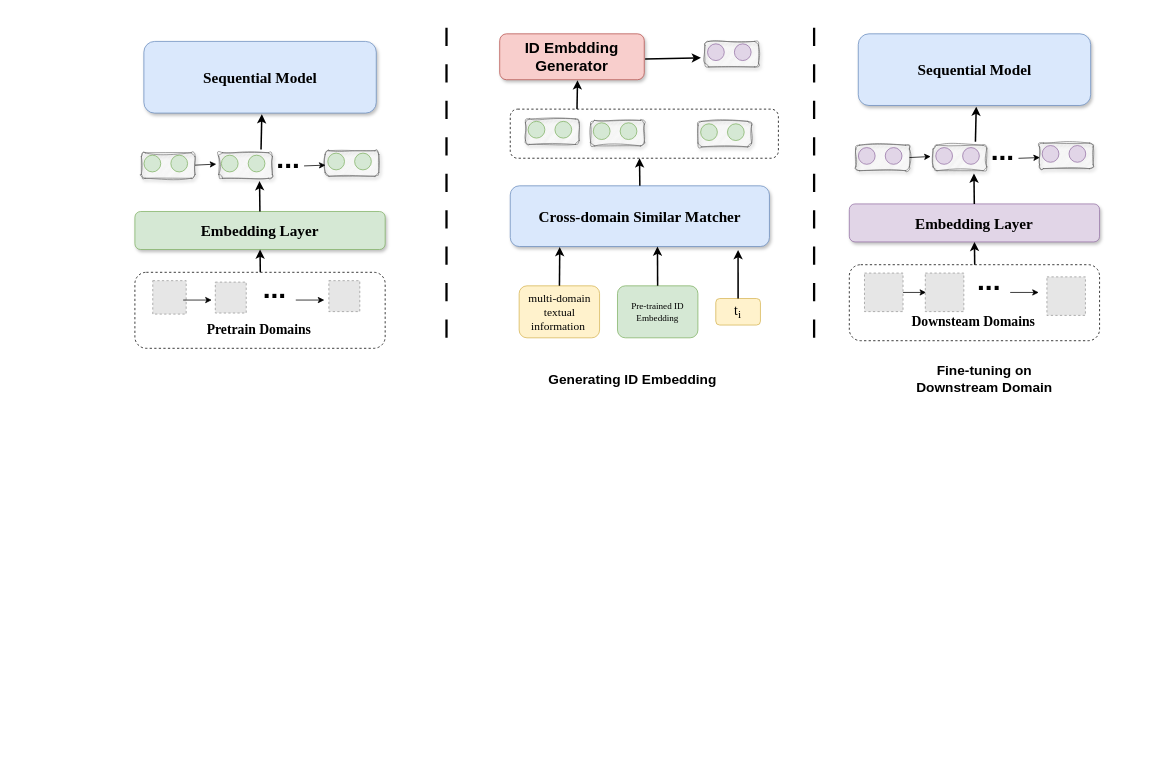
Earlier version of the draw.io diagram 未.drawio (BAWWH/baoyan-blog). Source tidied: cells renumbered, new cells numbered last; positions are measured from the earlier drawing's top-left corner, leaving out a move shared by most shapes. Both pictures are drawn from the tidied source at 76%, with x=0, y=0 at pixel (135, 14). Pictures stored in the file or linked from it are replaced by grey dashed boxes.
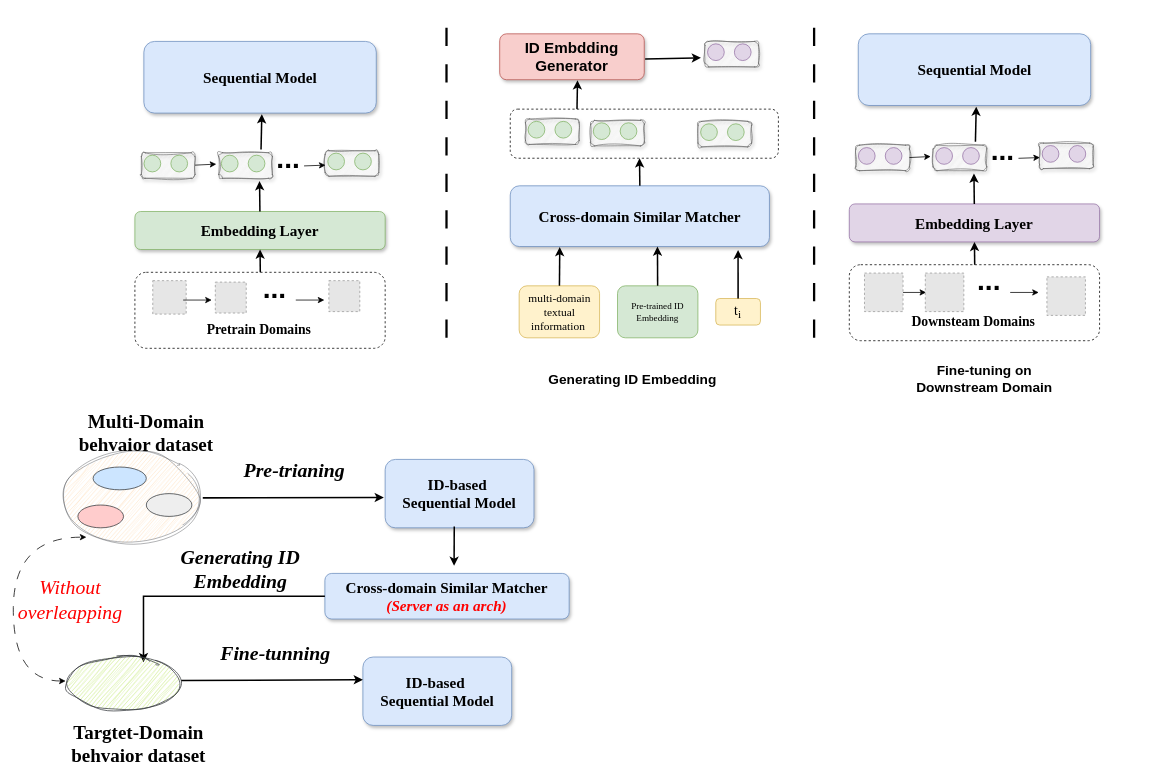
The same diagram, later.

What changed in the source:
```diff
@@
+    <mxCell id="98" value="&lt;font face=&quot;Times New Roman&quot; style=&quot;font-size: 26px;&quot;&gt;&lt;b&gt;&lt;i&gt;Pre-trianing&lt;/i&gt;&lt;/b&gt;&lt;/font&gt;" style="text;strokeColor=none;align=center;fillColor=none;html=1;verticalAlign=middle;whiteSpace=wrap;rounded=0;" parent="1" vertex="1">
+      <mxGeometry x="85" y="586" width="250" height="30" as="geometry" />
+    </mxCell>
+    <mxCell id="99" style="group;" parent="1" vertex="1">
+      <mxGeometry x="-95" y="576" width="180" height="120" as="geometry" />
+    </mxCell>
+    <mxCell id="100" style="ellipse;whiteSpace=wrap;html=1;shadow=0;sketch=1;curveFitting=1;jiggle=2;fillColor=#ffcc99;strokeColor=#36393d;opacity=50;" parent="99" vertex="1">
+      <mxGeometry width="180" height="120" as="geometry" />
+    </mxCell>
+    <mxCell id="101" style="ellipse;whiteSpace=wrap;html=1;fillColor=#cce5ff;strokeColor=#36393d;" parent="99" vertex="1">
+      <mxGeometry x="40" y="20" width="70" height="30" as="geometry" />
+    </mxCell>
+    <mxCell id="102" style="ellipse;whiteSpace=wrap;html=1;fillColor=#ffcccc;strokeColor=#36393d;" parent="99" vertex="1">
+      <mxGeometry x="20" y="70" width="60" height="30" as="geometry" />
+    </mxCell>
+    <mxCell id="103" style="ellipse;whiteSpace=wrap;html=1;fillColor=#eeeeee;strokeColor=#36393d;" parent="99" vertex="1">
+      <mxGeometry x="110" y="55" width="60" height="30" as="geometry" />
+    </mxCell>
+    <mxCell id="104" value="&lt;font face=&quot;Times New Roman&quot; style=&quot;font-size: 20px;&quot;&gt;&lt;b&gt;ID-based&amp;nbsp;&lt;br&gt;Sequential Model&lt;br&gt;&lt;/b&gt;&lt;/font&gt;" style="rounded=1;whiteSpace=wrap;html=1;fillColor=#dae8fc;strokeColor=#6c8ebf;shadow=1;rotation=0;" parent="1" vertex="1">
+      <mxGeometry x="329.3" y="586" width="195.8" height="90" as="geometry" />
+    </mxCell>
+    <mxCell id="105" style="endArrow=classic;html=1;rounded=0;exitX=1.024;exitY=0.505;exitDx=0;exitDy=0;exitPerimeter=0;strokeWidth=2;entryX=-0.009;entryY=0.556;entryDx=0;entryDy=0;entryPerimeter=0;" parent="1" edge="1" source="100" target="104">
+      <mxGeometry relative="1" as="geometry" />
+    </mxCell>
+    <mxCell id="106" value="&lt;font face=&quot;Times New Roman&quot; style=&quot;font-size: 25px;&quot;&gt;&lt;b&gt;Multi-Domain behvaior dataset&lt;/b&gt;&lt;/font&gt;" style="text;strokeColor=none;align=center;fillColor=none;html=1;verticalAlign=middle;whiteSpace=wrap;rounded=0;" parent="1" vertex="1">
+      <mxGeometry x="-110" y="536" width="250" height="30" as="geometry" />
+    </mxCell>
+    <mxCell id="107" value="&lt;font face=&quot;Times New Roman&quot; style=&quot;&quot;&gt;&lt;b style=&quot;font-size: 20px;&quot;&gt;Cross-domain Similar Matcher &lt;/b&gt;&lt;i&gt;&lt;b&gt;&lt;font color=&quot;#ff0000&quot;&gt;&lt;span style=&quot;font-size: 20px;&quot;&gt;(Server as an arch&lt;/span&gt;&lt;span style=&quot;font-size: 20px;&quot;&gt;)&lt;/span&gt;&lt;/font&gt;&lt;/b&gt;&lt;/i&gt;&lt;/font&gt;" style="rounded=1;whiteSpace=wrap;html=1;fillColor=#dae8fc;strokeColor=#6c8ebf;shadow=1;" parent="1" vertex="1">
+      <mxGeometry x="250" y="736" width="321.4" height="60" as="geometry" />
+    </mxCell>
+    <mxCell id="108" style="endArrow=classic;html=1;rounded=0;entryX=0.568;entryY=1;entryDx=0;entryDy=0;entryPerimeter=0;strokeWidth=2;" parent="1" edge="1">
+      <mxGeometry relative="1" as="geometry">
+        <mxPoint x="420.2" y="674.4" as="sourcePoint" />
+        <mxPoint x="420" y="726" as="targetPoint" />
+      </mxGeometry>
+    </mxCell>
+    <mxCell id="109" value="&lt;font face=&quot;Times New Roman&quot; style=&quot;font-size: 20px;&quot;&gt;&lt;b&gt;ID-based&amp;nbsp;&lt;br&gt;Sequential Model&lt;br&gt;&lt;/b&gt;&lt;/font&gt;" style="rounded=1;whiteSpace=wrap;html=1;fillColor=#dae8fc;strokeColor=#6c8ebf;shadow=1;rotation=0;" parent="1" vertex="1">
+      <mxGeometry x="300" y="846" width="195.8" height="90" as="geometry" />
+    </mxCell>
+    <mxCell id="110" style="endArrow=classic;html=1;rounded=0;strokeWidth=2;exitX=0;exitY=0.5;exitDx=0;exitDy=0;edgeStyle=orthogonalEdgeStyle;entryX=0.674;entryY=0.097;entryDx=0;entryDy=0;entryPerimeter=0;" parent="1" edge="1" source="107" target="112">
+      <mxGeometry relative="1" as="geometry" />
+    </mxCell>
+    <mxCell id="111" style="group;" parent="1" vertex="1">
+      <mxGeometry x="-80" y="856" width="190.2" height="139" as="geometry" />
+    </mxCell>
+    <mxCell id="112" style="ellipse;whiteSpace=wrap;html=1;shadow=0;sketch=1;curveFitting=1;jiggle=2;fillColor=#cdeb8b;strokeColor=#36393d;" parent="111" vertex="1">
+      <mxGeometry x="-9.8" y="-10" width="150" height="70" as="geometry" />
+    </mxCell>
+    <mxCell id="113" value="&lt;font face=&quot;Times New Roman&quot; style=&quot;font-size: 25px;&quot;&gt;&lt;b&gt;Targtet-Domain behvaior dataset&lt;/b&gt;&lt;/font&gt;" style="text;strokeColor=none;align=center;fillColor=none;html=1;verticalAlign=middle;whiteSpace=wrap;rounded=0;" parent="111" vertex="1">
+      <mxGeometry x="-40" y="90" width="250" height="30" as="geometry" />
+    </mxCell>
+    <mxCell id="114" style="endArrow=classic;html=1;rounded=0;exitX=1.024;exitY=0.505;exitDx=0;exitDy=0;exitPerimeter=0;strokeWidth=2;entryX=-0.009;entryY=0.556;entryDx=0;entryDy=0;entryPerimeter=0;" parent="1" edge="1">
+      <mxGeometry relative="1" as="geometry">
+        <mxPoint x="61" y="877" as="sourcePoint" />
+        <mxPoint x="300" y="876" as="targetPoint" />
+      </mxGeometry>
+    </mxCell>
+    <mxCell id="115" value="&lt;font face=&quot;Times New Roman&quot; style=&quot;font-size: 26px;&quot;&gt;&lt;b&gt;&lt;i&gt;Generating ID Embedding&lt;/i&gt;&lt;/b&gt;&lt;/font&gt;" style="text;strokeColor=none;align=center;fillColor=none;html=1;verticalAlign=middle;whiteSpace=wrap;rounded=0;" parent="1" vertex="1">
+      <mxGeometry x="14" y="706" width="250" height="50" as="geometry" />
+    </mxCell>
+    <mxCell id="116" value="&lt;font face=&quot;Times New Roman&quot; style=&quot;font-size: 26px;&quot;&gt;&lt;b&gt;&lt;i&gt;Fine-tunning&lt;/i&gt;&lt;/b&gt;&lt;/font&gt;" style="text;strokeColor=none;align=center;fillColor=none;html=1;verticalAlign=middle;whiteSpace=wrap;rounded=0;" parent="1" vertex="1">
+      <mxGeometry x="60" y="826" width="250" height="30" as="geometry" />
+    </mxCell>
+    <mxCell id="117" style="endArrow=classic;startArrow=classic;html=1;rounded=0;edgeStyle=orthogonalEdgeStyle;curved=1;entryX=0.229;entryY=0.936;entryDx=0;entryDy=0;entryPerimeter=0;exitX=-0.009;exitY=0.451;exitDx=0;exitDy=0;exitPerimeter=0;dashed=1;dashPattern=12 12;" parent="1" edge="1" source="112">
+      <mxGeometry relative="1" as="geometry">
+        <mxPoint x="-63.8" y="688.3" as="targetPoint" />
+        <Array as="points">
+          <mxPoint x="-160" y="878" />
+          <mxPoint x="-160" y="688" />
+        </Array>
+      </mxGeometry>
+    </mxCell>
+    <mxCell id="118" value="&lt;font color=&quot;#ff0000&quot; face=&quot;Times New Roman&quot; style=&quot;font-size: 26px;&quot;&gt;&lt;i style=&quot;&quot;&gt;Without overleapping&lt;/i&gt;&lt;/font&gt;" style="text;strokeColor=none;align=center;fillColor=none;html=1;verticalAlign=middle;whiteSpace=wrap;rounded=0;" parent="1" vertex="1">
+      <mxGeometry x="-130" y="746" width="90" height="50" as="geometry" />
+    </mxCell>
```
